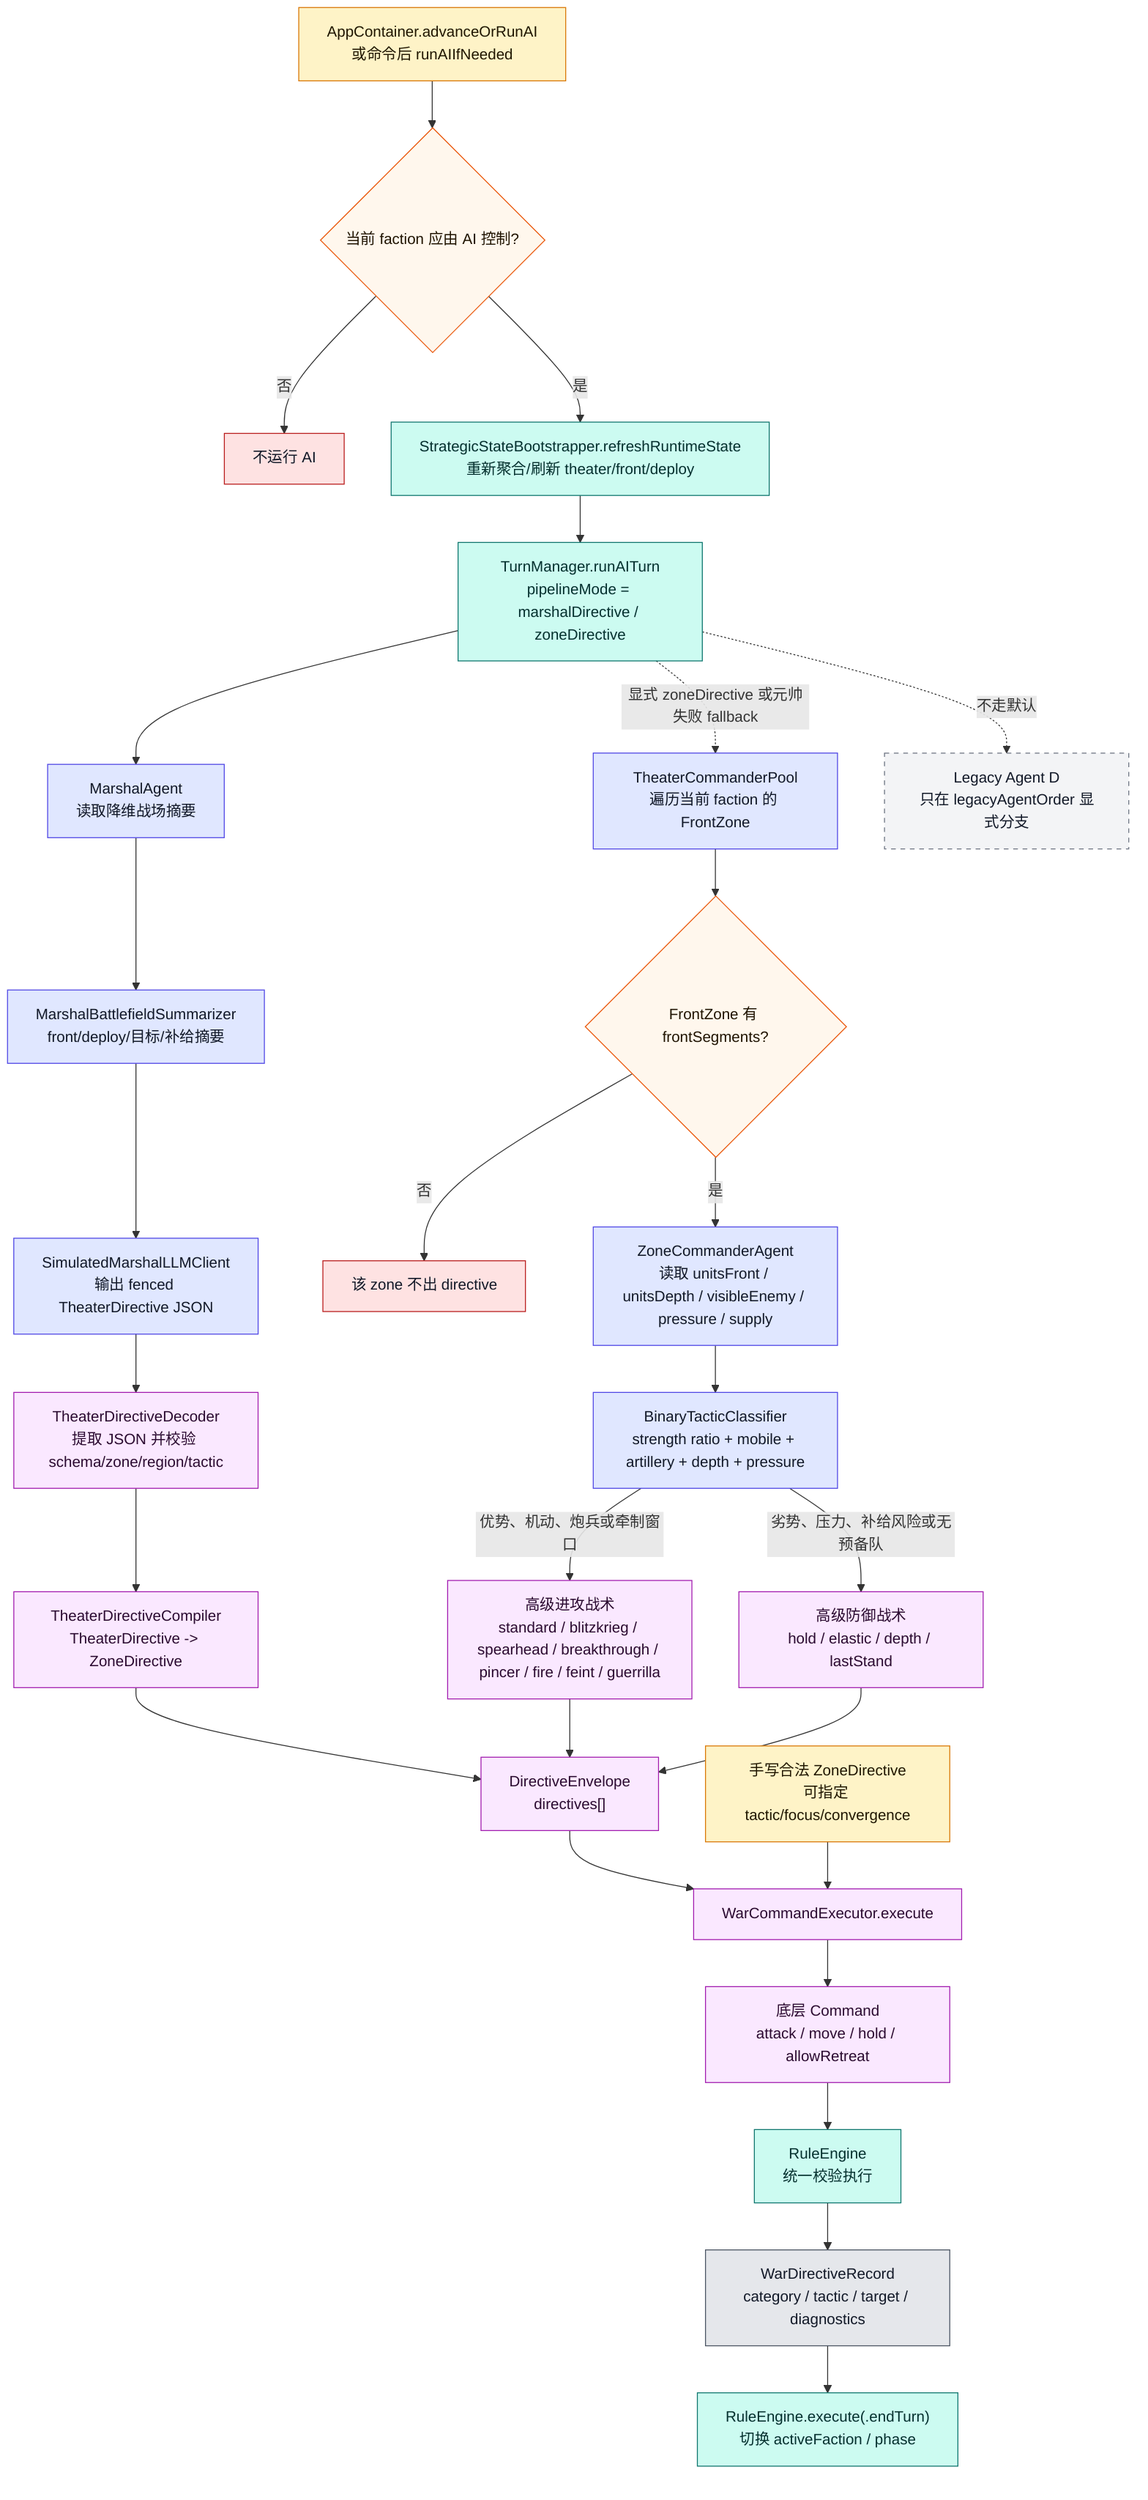
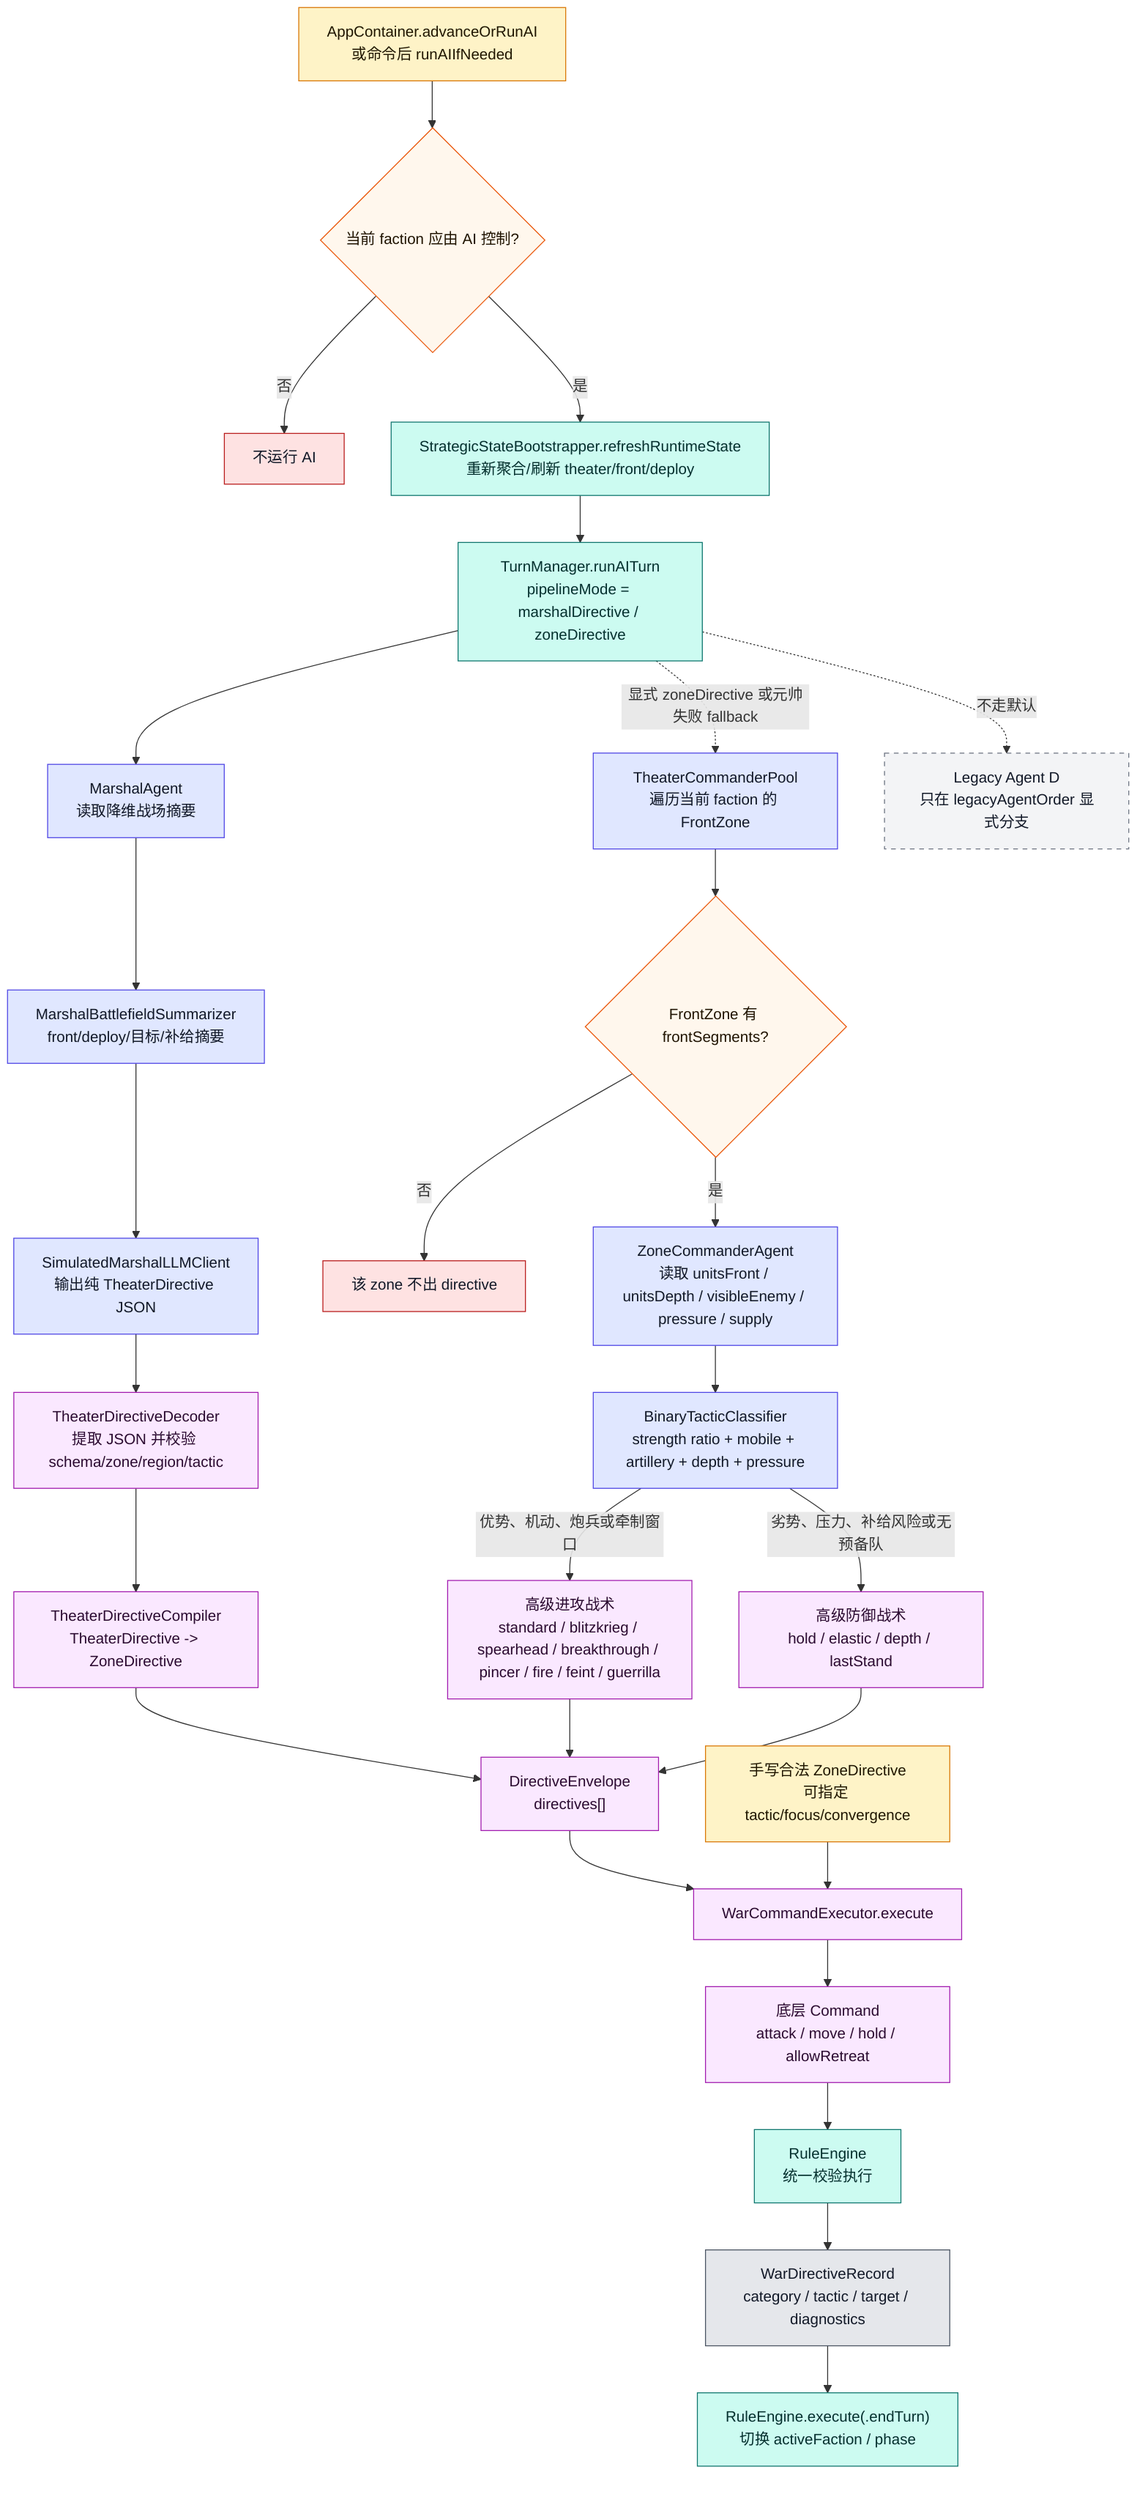
flowchart TD
    START["AppContainer.advanceOrRunAI<br/>或命令后 runAIIfNeeded"]:::input
    CHECK{"当前 faction 应由 AI 控制?"}:::decision
    STOP["不运行 AI"]:::stop
    REFRESH["StrategicStateBootstrapper.refreshRuntimeState<br/>重新聚合/刷新 theater/front/deploy"]:::rules
    TM["TurnManager.runAITurn<br/>pipelineMode = marshalDirective / zoneDirective"]:::rules
    MARSHAL["MarshalAgent<br/>读取降维战场摘要"]:::ai
    SUMMARY["MarshalBattlefieldSummarizer<br/>front/deploy/目标/补给摘要"]:::ai
-     LLM["SimulatedMarshalLLMClient<br/>输出 fenced TheaterDirective JSON"]:::ai
+     LLM["SimulatedMarshalLLMClient<br/>输出纯 TheaterDirective JSON"]:::ai
    DECODER["TheaterDirectiveDecoder<br/>提取 JSON 并校验 schema/zone/region/tactic"]:::command
    COMPILER["TheaterDirectiveCompiler<br/>TheaterDirective -> ZoneDirective"]:::command
    POOL["TheaterCommanderPool<br/>遍历当前 faction 的 FrontZone"]:::ai
    ZONE{"FrontZone 有 frontSegments?"}:::decision
    SKIP["该 zone 不出 directive"]:::stop
    AGENT["ZoneCommanderAgent<br/>读取 unitsFront / unitsDepth / visibleEnemy / pressure / supply"]:::ai
    CLS["BinaryTacticClassifier<br/>strength ratio + mobile + artillery + depth + pressure"]:::ai
    ATK["高级进攻战术<br/>standard / blitzkrieg / spearhead / breakthrough / pincer / fire / feint / guerrilla"]:::command
    DEF["高级防御战术<br/>hold / elastic / depth / lastStand"]:::command
    ENV["DirectiveEnvelope<br/>directives[]"]:::command
    WCE["WarCommandExecutor.execute"]:::command
    BOTTOM["底层 Command<br/>attack / move / hold / allowRetreat"]:::command
    RE["RuleEngine<br/>统一校验执行"]:::rules
    RECORD["WarDirectiveRecord<br/>category / tactic / target / diagnostics"]:::ui
    END["RuleEngine.execute(.endTurn)<br/>切换 activeFaction / phase"]:::rules

    START --> CHECK
    CHECK -->|否| STOP
    CHECK -->|是| REFRESH --> TM --> MARSHAL --> SUMMARY --> LLM --> DECODER --> COMPILER --> ENV
    TM -.显式 zoneDirective 或元帅失败 fallback.-> POOL --> ZONE
    ZONE -->|否| SKIP
    ZONE -->|是| AGENT --> CLS
    CLS -->|优势、机动、炮兵或牵制窗口| ATK
    CLS -->|劣势、压力、补给风险或无预备队| DEF
    ATK --> ENV
    DEF --> ENV
    ENV --> WCE --> BOTTOM --> RE --> RECORD --> END

    LEGACY["Legacy Agent D<br/>只在 legacyAgentOrder 显式分支"]:::legacy
    TM -.不走默认.-> LEGACY

    MANUAL["手写合法 ZoneDirective<br/>可指定 tactic/focus/convergence"]:::input
    MANUAL --> WCE

    classDef input fill:#fef3c7,stroke:#d97706,color:#1f1600
    classDef decision fill:#fff7ed,stroke:#ea580c,color:#1f1300
    classDef stop fill:#fee2e2,stroke:#b91c1c,color:#111827
    classDef rules fill:#ccfbf1,stroke:#0f766e,color:#042f2e
    classDef ai fill:#e0e7ff,stroke:#4f46e5,color:#111827
    classDef command fill:#fae8ff,stroke:#a21caf,color:#2a0a2f
    classDef ui fill:#e5e7eb,stroke:#4b5563,color:#111827
    classDef legacy fill:#f3f4f6,stroke:#6b7280,stroke-dasharray:5 5,color:#111827
